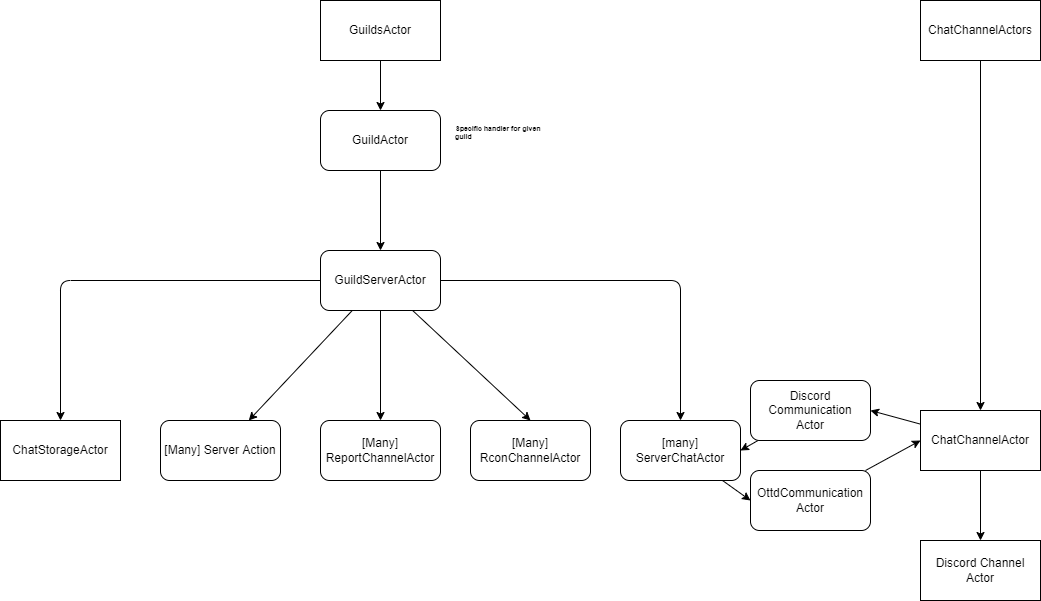
Earlier version of the draw.io export docs/akka.drawio.png (shoter/OpenttdDiscord). Source tidied: cells renumbered, new cells last; positions are measured from the earlier drawing's top-left corner, leaving out a move shared by most shapes.
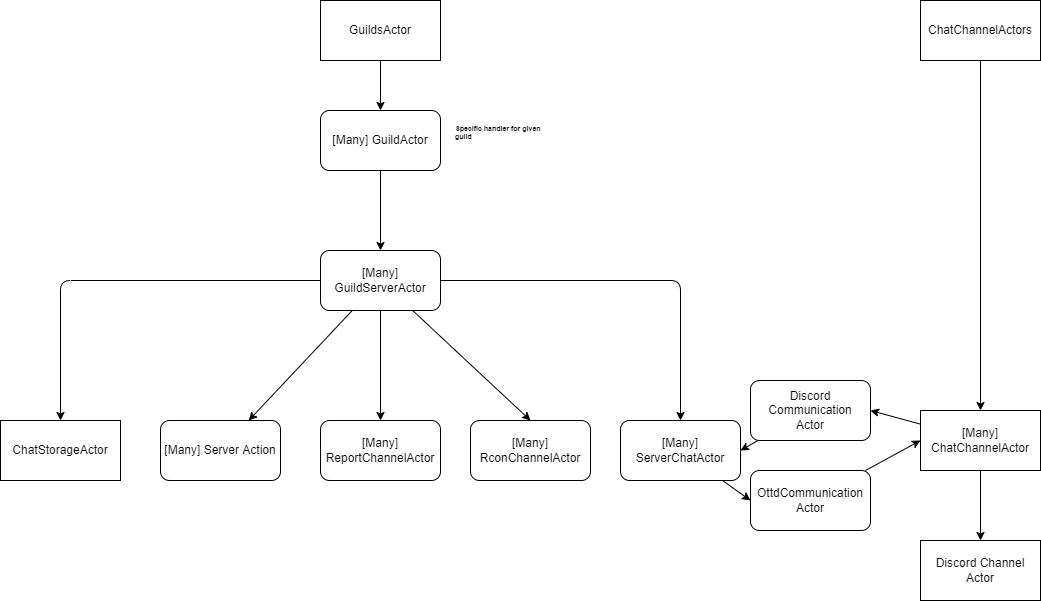
The same file after the commit.

Commit message:
feat: akka diagram - [Many]

Change to the diagram source:
```diff
@@ -5,7 +5,7 @@
     <mxCell id="2" style="edgeStyle=none;html=1;" parent="1" edge="1" source="3" target="12">
       <mxGeometry relative="1" as="geometry" />
     </mxCell>
-    <mxCell id="3" value="GuildActor" style="rounded=1;whiteSpace=wrap;html=1;" parent="1" vertex="1">
+    <mxCell id="3" value="[Many] GuildActor" style="rounded=1;whiteSpace=wrap;html=1;" parent="1" vertex="1">
       <mxGeometry x="320" y="110" width="120" height="60" as="geometry" />
     </mxCell>
     <mxCell id="4" value="&lt;h1 style=&quot;font-size: 7px;&quot;&gt;Specific handler for given guild&lt;/h1&gt;" style="text;html=1;strokeColor=none;fillColor=none;spacing=5;spacingTop=-20;whiteSpace=wrap;overflow=hidden;rounded=0;fontSize=7;verticalAlign=top;align=left;" parent="1" vertex="1">
@@ -40,7 +40,7 @@
     <mxCell id="11" style="edgeStyle=none;html=1;entryX=0.5;entryY=0;entryDx=0;entryDy=0;" parent="1" edge="1" source="12" target="26">
       <mxGeometry relative="1" as="geometry" />
     </mxCell>
-    <mxCell id="12" value="GuildServerActor" style="rounded=1;whiteSpace=wrap;html=1;" parent="1" vertex="1">
+    <mxCell id="12" value="[Many] GuildServerActor" style="rounded=1;whiteSpace=wrap;html=1;" parent="1" vertex="1">
       <mxGeometry x="320" y="250" width="120" height="60" as="geometry" />
     </mxCell>
     <mxCell id="13" value="[Many] Server Action" style="rounded=1;whiteSpace=wrap;html=1;" parent="1" vertex="1">
@@ -49,7 +49,7 @@
     <mxCell id="14" style="edgeStyle=none;html=1;entryX=0;entryY=0.5;entryDx=0;entryDy=0;" parent="1" edge="1" source="15" target="19">
       <mxGeometry relative="1" as="geometry" />
     </mxCell>
-    <mxCell id="15" value="[many] ServerChatActor" style="rounded=1;whiteSpace=wrap;html=1;" parent="1" vertex="1">
+    <mxCell id="15" value="[Many] ServerChatActor" style="rounded=1;whiteSpace=wrap;html=1;" parent="1" vertex="1">
       <mxGeometry x="620" y="420" width="120" height="60" as="geometry" />
     </mxCell>
     <mxCell id="16" style="edgeStyle=none;html=1;entryX=1;entryY=0.5;entryDx=0;entryDy=0;" parent="1" edge="1" source="17" target="15">
@@ -76,7 +76,7 @@
     <mxCell id="23" style="edgeStyle=none;html=1;entryX=1;entryY=0.5;entryDx=0;entryDy=0;" parent="1" edge="1" source="24" target="17">
       <mxGeometry relative="1" as="geometry" />
     </mxCell>
-    <mxCell id="24" value="ChatChannelActor" style="rounded=0;whiteSpace=wrap;html=1;fontSize=12;" parent="1" vertex="1">
+    <mxCell id="24" value="[Many] ChatChannelActor" style="rounded=0;whiteSpace=wrap;html=1;fontSize=12;" parent="1" vertex="1">
       <mxGeometry x="920" y="410" width="120" height="60" as="geometry" />
     </mxCell>
     <mxCell id="25" value="Discord Channel Actor" style="rounded=0;whiteSpace=wrap;html=1;fontSize=12;" parent="1" vertex="1">
```
